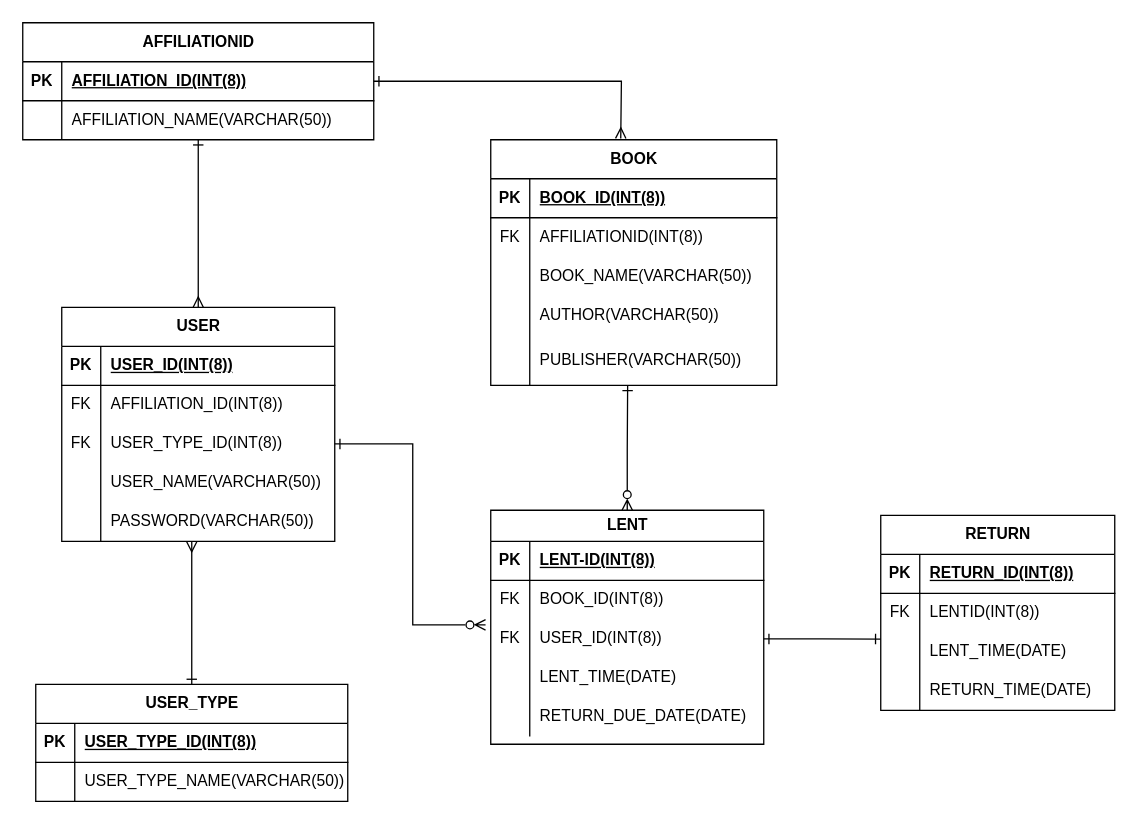
super-onigiri-man/JOEU-FM keeps this draw.io diagram as ER図.drawio. Above is the earlier version. Source tidied: cells renumbered, new cells numbered last; positions are measured from the earlier drawing's top-left corner, leaving out a move shared by most shapes. Both pictures are drawn from the tidied source at 130%, with x=0, y=0 at pixel (22, 22).
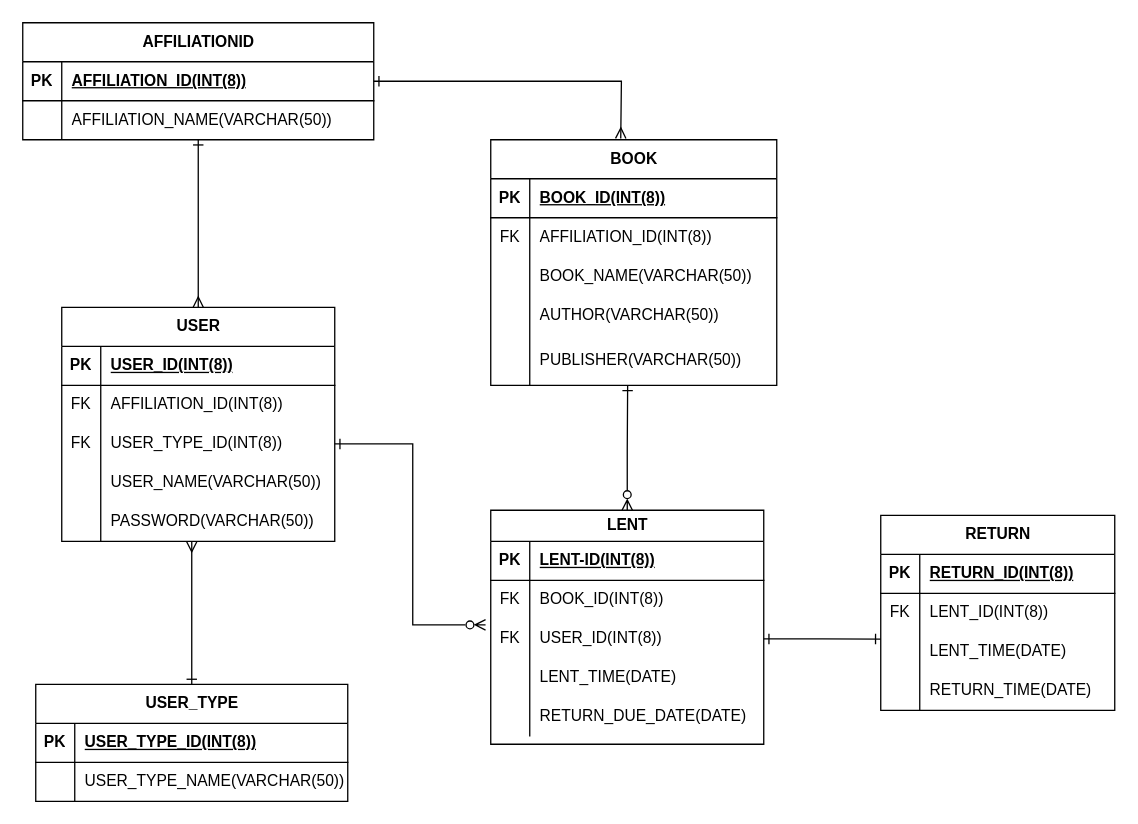
After the change.

The change refers to these unchanged cells:
```xml
<mxCell id="38" style="shape=tableRow;horizontal=0;startSize=0;swimlaneHead=0;swimlaneBody=0;fillColor=none;top=0;left=0;right=0;bottom=0;dashed=1;" parent="34" vertex="1">
  <mxGeometry y="60" width="220" height="30" as="geometry" />
</mxCell>
<mxCell id="71" style="shape=tableRow;horizontal=0;startSize=0;swimlaneHead=0;swimlaneBody=0;fillColor=none;top=0;left=0;right=0;bottom=0;" parent="67" vertex="1">
  <mxGeometry y="60" width="180" height="30" as="geometry" />
</mxCell>
```

Diff of the diagram source:
```diff
@@
-    <mxCell id="40" value="AFFILIATIONID(INT(8))" style="shape=partialRectangle;fillColor=none;top=0;left=0;bottom=0;right=0;align=left;spacingLeft=6;overflow=hidden;whiteSpace=wrap;html=1;dashed=1;" parent="38" vertex="1">
+    <mxCell id="40" value="AFFILIATION_ID(INT(8))" style="shape=partialRectangle;fillColor=none;top=0;left=0;bottom=0;right=0;align=left;spacingLeft=6;overflow=hidden;whiteSpace=wrap;html=1;dashed=1;" parent="38" vertex="1">
       <mxGeometry x="30" width="190" height="30" as="geometry" />
     </mxCell>
@@
-    <mxCell id="73" value="LENTID(INT(8))" style="shape=partialRectangle;fillColor=none;top=0;left=0;bottom=0;right=0;align=left;spacingLeft=6;overflow=hidden;whiteSpace=wrap;html=1;" parent="71" vertex="1">
+    <mxCell id="73" value="LENT_ID(INT(8))" style="shape=partialRectangle;fillColor=none;top=0;left=0;bottom=0;right=0;align=left;spacingLeft=6;overflow=hidden;whiteSpace=wrap;html=1;" parent="71" vertex="1">
       <mxGeometry x="30" width="150" height="30" as="geometry" />
     </mxCell>
```
